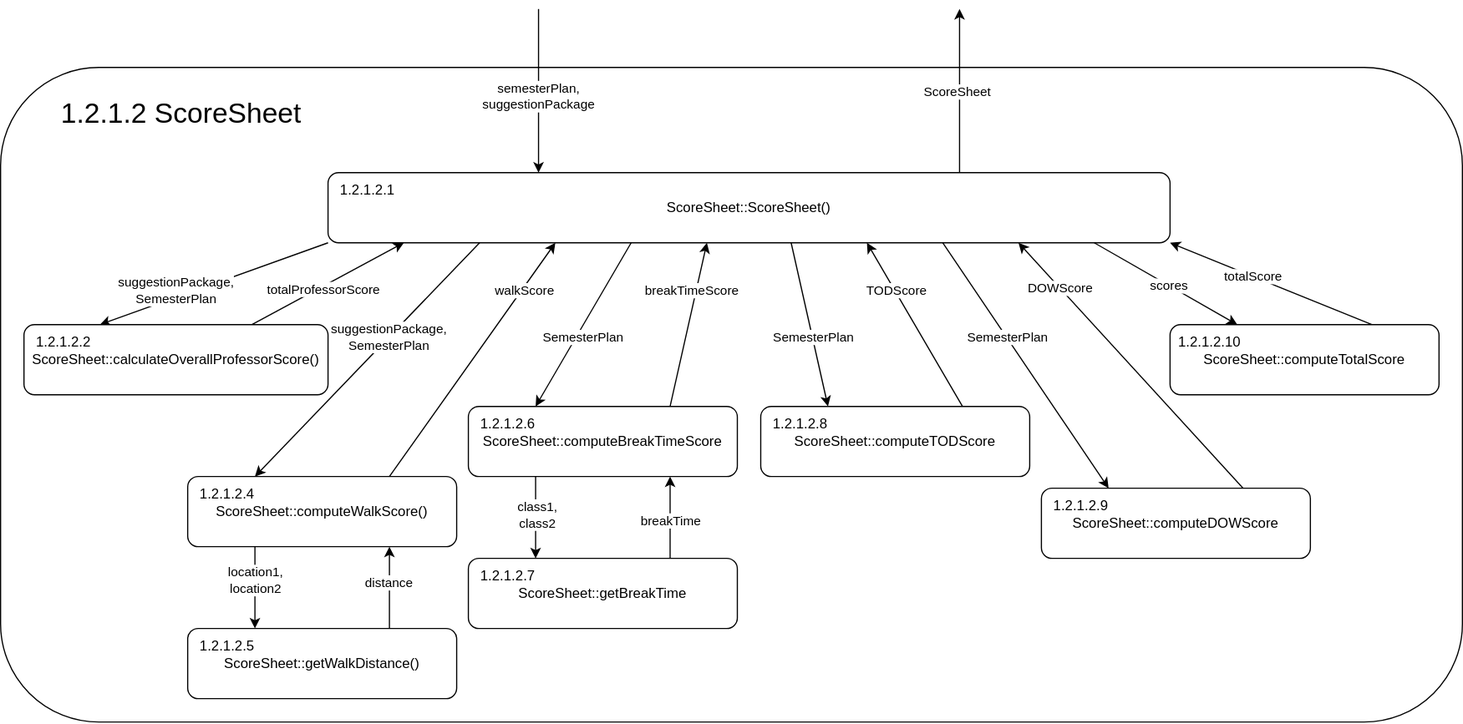
Above: Logic/TeamTwoFiles/ScoreSheetStructureChart.svg in MckennahPalmer/CSE430 (draw.io), before the change. Source tidied: cells renumbered, new cells last; positions are measured from the earlier drawing's top-left corner, leaving out a move shared by most shapes.
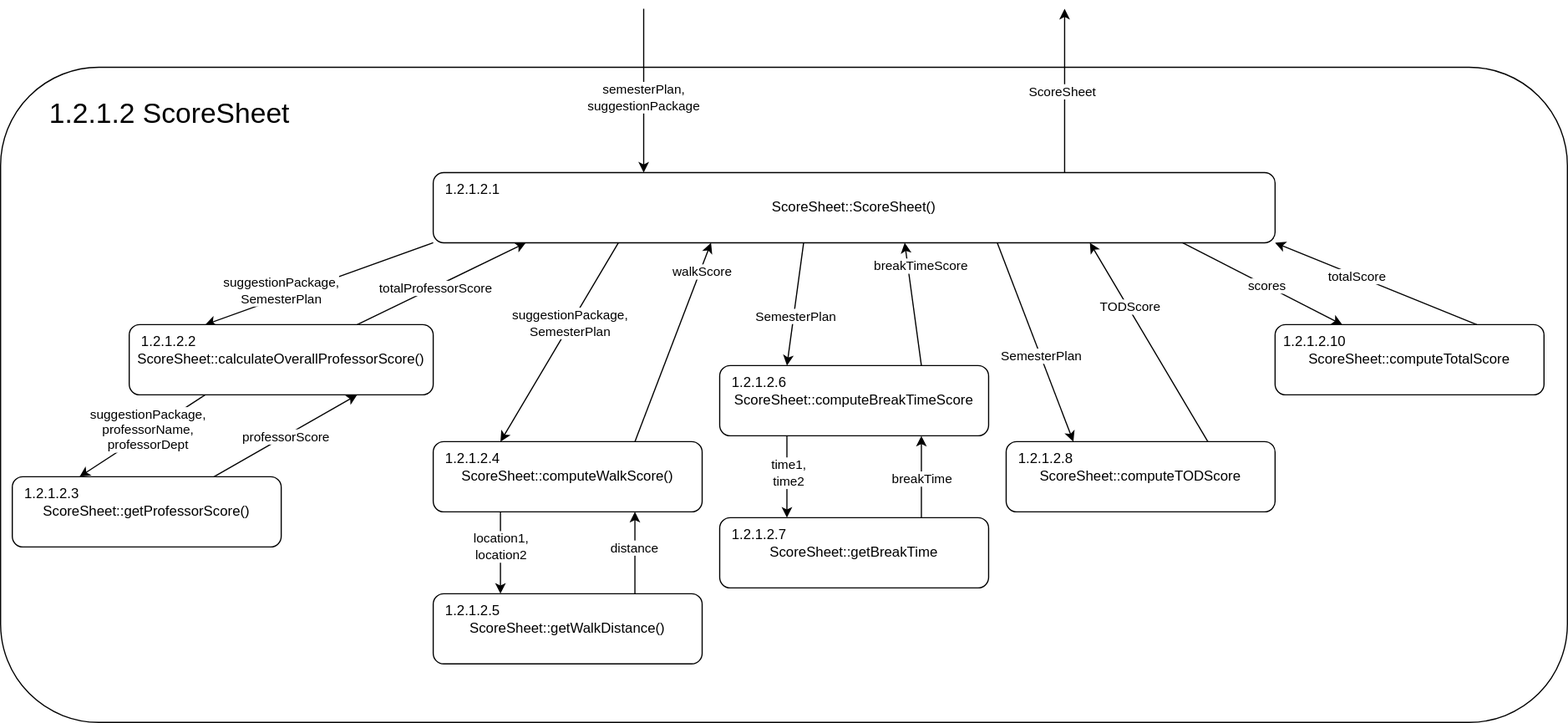
Above is the later version.

Change to the diagram source:
```diff
@@ -2,24 +2,24 @@
   <root>
     <mxCell id="0" />
     <mxCell id="1" parent="0" />
-    <mxCell id="2" style="rounded=1;whiteSpace=wrap;html=1;fillColor=none;" parent="1" vertex="1">
-      <mxGeometry y="50" width="1250" height="560" as="geometry" />
-    </mxCell>
+    <mxCell id="58" style="rounded=1;whiteSpace=wrap;html=1;fillColor=none;" parent="1" vertex="1">
+      <mxGeometry x="-100" y="40" width="1340" height="560" as="geometry" />
+    </mxCell>
-    <mxCell id="3" value="ScoreSheet::ScoreSheet()" style="rounded=1;whiteSpace=wrap;html=1;points=[[0,0,0,0,0],[0,0.25,0,0,0],[0,0.5,0,0,0],[0,0.75,0,0,0],[0,1,0,0,0],[0.09,1,0,0,0],[0.18,1,0,0,0],[0.25,0,0,0,0],[0.27,1,0,0,0],[0.36,1,0,0,0],[0.45,1,0,0,0],[0.5,0,0,0,0],[0.55,1,0,0,0],[0.64,1,0,0,0],[0.73,1,0,0,0],[0.75,0,0,0,0],[0.82,1,0,0,0],[0.91,1,0,0,0],[1,0,0,0,0],[1,0.25,0,0,0],[1,0.5,0,0,0],[1,0.75,0,0,0],[1,1,0,0,0]];" parent="1" vertex="1">
-      <mxGeometry x="280" y="140" width="720" height="60" as="geometry" />
+    <mxCell id="3" value="ScoreSheet::ScoreSheet()" style="rounded=1;whiteSpace=wrap;html=1;points=[[0,0,0,0,0],[0,0.25,0,0,0],[0,0.5,0,0,0],[0,0.75,0,0,0],[0,1,0,0,0],[0.11,1,0,0,0],[0.22,1,0,0,0],[0.25,0,0,0,0],[0.33,1,0,0,0],[0.44,1,0,0,0],[0.5,0,0,0,0],[0.56,1,0,0,0],[0.67,1,0,0,0],[0.75,0,0,0,0],[0.78,1,0,0,0],[0.89,1,0,0,0],[1,0,0,0,0],[1,0.25,0,0,0],[1,0.5,0,0,0],[1,0.75,0,0,0],[1,1,0,0,0]];" parent="1" vertex="1">
+      <mxGeometry x="270" y="130" width="720" height="60" as="geometry" />
     </mxCell>
     <mxCell id="4" value="1.2.1.2.1" style="text;html=1;align=center;verticalAlign=middle;whiteSpace=wrap;rounded=0;" parent="1" vertex="1">
-      <mxGeometry x="280" y="140" width="67.5" height="30" as="geometry" />
+      <mxGeometry x="270" y="130" width="67.5" height="30" as="geometry" />
     </mxCell>
-    <mxCell id="5" style="endArrow=classic;html=1;rounded=0;exitX=0.75;exitY=0;exitDx=0;exitDy=0;entryX=0.27;entryY=1;entryDx=0;entryDy=0;entryPerimeter=0;" parent="1" edge="1" source="34" target="3">
+    <mxCell id="5" style="endArrow=classic;html=1;rounded=0;exitX=0.75;exitY=0;exitDx=0;exitDy=0;entryX=0.33;entryY=1;entryDx=0;entryDy=0;entryPerimeter=0;" parent="1" edge="1" source="34" target="3">
       <mxGeometry relative="1" as="geometry" />
     </mxCell>
     <mxCell id="6" value="walkScore" style="edgeLabel;html=1;align=center;verticalAlign=middle;" parent="5" vertex="1">
       <mxGeometry x="-0.03" relative="1" as="geometry">
-        <mxPoint x="46" y="-63" as="offset" />
+        <mxPoint x="26" y="-63" as="offset" />
       </mxGeometry>
     </mxCell>
-    <mxCell id="7" style="endArrow=classic;html=1;rounded=0;exitX=0.75;exitY=0;exitDx=0;exitDy=0;entryX=0.45;entryY=1;entryDx=0;entryDy=0;entryPerimeter=0;" parent="1" edge="1" source="36" target="3">
+    <mxCell id="7" style="endArrow=classic;html=1;rounded=0;exitX=0.75;exitY=0;exitDx=0;exitDy=0;entryX=0.56;entryY=1;entryDx=0;entryDy=0;entryPerimeter=0;" parent="1" edge="1" source="36" target="3">
       <mxGeometry relative="1" as="geometry" />
     </mxCell>
     <mxCell id="8" value="breakTimeScore" style="edgeLabel;html=1;align=center;verticalAlign=middle;" parent="7" vertex="1">
@@ -27,7 +27,7 @@
         <mxPoint x="6" y="-43" as="offset" />
       </mxGeometry>
     </mxCell>
-    <mxCell id="9" style="endArrow=classic;html=1;rounded=0;exitX=0.75;exitY=0;exitDx=0;exitDy=0;entryX=0.64;entryY=1;entryDx=0;entryDy=0;entryPerimeter=0;" parent="1" edge="1" source="38" target="3">
+    <mxCell id="9" style="endArrow=classic;html=1;rounded=0;exitX=0.75;exitY=0;exitDx=0;exitDy=0;entryX=0.78;entryY=1;entryDx=0;entryDy=0;entryPerimeter=0;" parent="1" edge="1" source="38" target="3">
       <mxGeometry relative="1" as="geometry" />
     </mxCell>
     <mxCell id="10" value="TODScore" style="edgeLabel;html=1;align=center;verticalAlign=middle;" parent="9" vertex="1">
@@ -35,19 +35,13 @@
         <mxPoint x="-14" y="-26" as="offset" />
       </mxGeometry>
     </mxCell>
-    <mxCell id="11" style="endArrow=classic;html=1;rounded=0;exitX=0.75;exitY=0;exitDx=0;exitDy=0;entryX=0.82;entryY=1;entryDx=0;entryDy=0;entryPerimeter=0;" parent="1" edge="1" source="39" target="3">
-      <mxGeometry relative="1" as="geometry" />
-    </mxCell>
-    <mxCell id="12" value="DOWScore" style="edgeLabel;html=1;align=center;verticalAlign=middle;" parent="11" vertex="1">
-      <mxGeometry x="0.63" relative="1" as="geometry" />
-    </mxCell>
     <mxCell id="13" style="endArrow=classic;html=1;rounded=0;exitX=0.75;exitY=0;exitDx=0;exitDy=0;entryX=1;entryY=1;entryDx=0;entryDy=0;entryPerimeter=0;" parent="1" edge="1" source="40" target="3">
       <mxGeometry relative="1" as="geometry" />
     </mxCell>
     <mxCell id="14" value="totalScore" style="edgeLabel;html=1;align=center;verticalAlign=middle;" parent="13" vertex="1">
       <mxGeometry x="0.19" relative="1" as="geometry" />
     </mxCell>
-    <mxCell id="15" style="endArrow=classic;html=1;rounded=0;exitX=0.75;exitY=0;exitDx=0;exitDy=0;entryX=0.09;entryY=1;entryDx=0;entryDy=0;entryPerimeter=0;" parent="1" edge="1" source="33" target="3">
+    <mxCell id="15" style="endArrow=classic;html=1;rounded=0;exitX=0.75;exitY=0;exitDx=0;exitDy=0;entryX=0.11;entryY=1;entryDx=0;entryDy=0;entryPerimeter=0;" parent="1" edge="1" source="33" target="3">
       <mxGeometry relative="1" as="geometry" />
     </mxCell>
     <mxCell id="16" value="totalProfessorScore" style="edgeLabel;html=1;align=center;verticalAlign=middle;" parent="15" vertex="1">
@@ -58,38 +52,32 @@
     <mxCell id="17" style="endArrow=classic;html=1;rounded=0;entryX=0.25;entryY=0;entryDx=0;entryDy=0;exitX=0;exitY=1;exitDx=0;exitDy=0;exitPerimeter=0;" parent="1" edge="1" source="3" target="33">
       <mxGeometry relative="1" as="geometry" />
     </mxCell>
-    <mxCell id="18" value="suggestionPackage,&lt;br&gt;SemesterPlan" style="edgeLabel;html=1;align=center;verticalAlign=middle;" parent="17" vertex="1">
-      <mxGeometry x="-0.05" y="-3" relative="1" as="geometry">
-        <mxPoint x="-37" y="10" as="offset" />
-      </mxGeometry>
-    </mxCell>
+    <mxCell id="59" value="suggestionPackage,&lt;br&gt;SemesterPlan" style="edgeLabel;html=1;align=center;verticalAlign=middle;" parent="17" vertex="1">
+      <mxGeometry x="-0.05" y="-3" relative="1" as="geometry">
+        <mxPoint x="-37" y="10" as="offset" />
+      </mxGeometry>
+    </mxCell>
-    <mxCell id="19" style="endArrow=classic;html=1;rounded=0;entryX=0.25;entryY=0;entryDx=0;entryDy=0;exitX=0.18;exitY=1;exitDx=0;exitDy=0;exitPerimeter=0;" parent="1" edge="1" source="3" target="34">
+    <mxCell id="19" style="endArrow=classic;html=1;rounded=0;entryX=0.25;entryY=0;entryDx=0;entryDy=0;exitX=0.22;exitY=1;exitDx=0;exitDy=0;exitPerimeter=0;" parent="1" edge="1" source="3" target="34">
       <mxGeometry relative="1" as="geometry" />
     </mxCell>
-    <mxCell id="20" value="suggestionPackage,&lt;br&gt;SemesterPlan" style="edgeLabel;html=1;align=center;verticalAlign=middle;" parent="19" vertex="1">
-      <mxGeometry x="-0.19" y="-1" relative="1" as="geometry" />
-    </mxCell>
+    <mxCell id="60" value="suggestionPackage,&lt;br&gt;SemesterPlan" style="edgeLabel;html=1;align=center;verticalAlign=middle;" parent="19" vertex="1">
+      <mxGeometry x="-0.19" y="-1" relative="1" as="geometry" />
+    </mxCell>
-    <mxCell id="21" style="endArrow=classic;html=1;rounded=0;entryX=0.25;entryY=0;entryDx=0;entryDy=0;exitX=0.36;exitY=1;exitDx=0;exitDy=0;exitPerimeter=0;" parent="1" edge="1" source="3" target="36">
+    <mxCell id="21" style="endArrow=classic;html=1;rounded=0;entryX=0.25;entryY=0;entryDx=0;entryDy=0;exitX=0.44;exitY=1;exitDx=0;exitDy=0;exitPerimeter=0;" parent="1" edge="1" source="3" target="36">
       <mxGeometry relative="1" as="geometry" />
     </mxCell>
-    <mxCell id="22" value="SemesterPlan" style="edgeLabel;html=1;align=center;verticalAlign=middle;" parent="21" vertex="1">
-      <mxGeometry x="0.03" relative="1" as="geometry">
-        <mxPoint y="8" as="offset" />
-      </mxGeometry>
-    </mxCell>
+    <mxCell id="61" value="SemesterPlan" style="edgeLabel;html=1;align=center;verticalAlign=middle;" parent="21" vertex="1">
+      <mxGeometry x="0.03" relative="1" as="geometry">
+        <mxPoint y="8" as="offset" />
+      </mxGeometry>
+    </mxCell>
-    <mxCell id="23" style="endArrow=classic;html=1;rounded=0;exitX=0.55;exitY=1;exitDx=0;exitDy=0;entryX=0.25;entryY=0;entryDx=0;entryDy=0;exitPerimeter=0;" parent="1" edge="1" source="3" target="38">
+    <mxCell id="23" style="endArrow=classic;html=1;rounded=0;exitX=0.67;exitY=1;exitDx=0;exitDy=0;entryX=0.25;entryY=0;entryDx=0;entryDy=0;exitPerimeter=0;" parent="1" edge="1" source="3" target="38">
       <mxGeometry relative="1" as="geometry" />
     </mxCell>
-    <mxCell id="24" value="SemesterPlan" style="edgeLabel;html=1;align=center;verticalAlign=middle;" parent="23" vertex="1">
-      <mxGeometry x="0.14" relative="1" as="geometry" />
-    </mxCell>
-    <mxCell id="25" style="endArrow=classic;html=1;rounded=0;entryX=0.25;entryY=0;entryDx=0;entryDy=0;exitX=0.73;exitY=1;exitDx=0;exitDy=0;exitPerimeter=0;" parent="1" edge="1" source="3" target="39">
-      <mxGeometry relative="1" as="geometry" />
-    </mxCell>
-    <mxCell id="26" value="SemesterPlan" style="edgeLabel;html=1;align=center;verticalAlign=middle;" parent="25" vertex="1">
-      <mxGeometry x="-0.23" relative="1" as="geometry" />
-    </mxCell>
+    <mxCell id="62" value="SemesterPlan" style="edgeLabel;html=1;align=center;verticalAlign=middle;" parent="23" vertex="1">
+      <mxGeometry x="0.14" relative="1" as="geometry" />
+    </mxCell>
-    <mxCell id="27" style="endArrow=classic;html=1;rounded=0;exitX=0.91;exitY=1;exitDx=0;exitDy=0;entryX=0.25;entryY=0;entryDx=0;entryDy=0;exitPerimeter=0;" parent="1" edge="1" source="3" target="40">
+    <mxCell id="27" style="endArrow=classic;html=1;rounded=0;exitX=0.89;exitY=1;exitDx=0;exitDy=0;entryX=0.25;entryY=0;entryDx=0;entryDy=0;exitPerimeter=0;" parent="1" edge="1" source="3" target="40">
       <mxGeometry relative="1" as="geometry" />
     </mxCell>
     <mxCell id="28" value="scores" style="edgeLabel;html=1;align=center;verticalAlign=middle;" parent="27" vertex="1">
@@ -97,47 +85,44 @@
         <mxPoint y="-1" as="offset" />
       </mxGeometry>
     </mxCell>
-    <mxCell id="29" style="endArrow=classic;html=1;rounded=0;entryX=0.25;entryY=0;entryDx=0;entryDy=0;entryPerimeter=0;" parent="1" edge="1" target="3">
-      <mxGeometry relative="1" as="geometry">
-        <mxPoint x="460" as="sourcePoint" />
-      </mxGeometry>
-    </mxCell>
+    <mxCell id="63" style="endArrow=classic;html=1;rounded=0;entryX=0.25;entryY=0;entryDx=0;entryDy=0;entryPerimeter=0;" parent="1" edge="1" target="3">
+      <mxGeometry relative="1" as="geometry">
+        <mxPoint x="450" y="-10" as="sourcePoint" />
+      </mxGeometry>
+    </mxCell>
-    <mxCell id="30" value="semesterPlan,&lt;br&gt;suggestionPackage" style="edgeLabel;html=1;align=center;verticalAlign=middle;" parent="29" vertex="1">
+    <mxCell id="30" value="semesterPlan,&lt;br&gt;suggestionPackage" style="edgeLabel;html=1;align=center;verticalAlign=middle;" parent="63" vertex="1">
       <mxGeometry x="-0.16" y="-1" relative="1" as="geometry">
         <mxPoint y="16" as="offset" />
       </mxGeometry>
     </mxCell>
-    <mxCell id="31" style="endArrow=classic;html=1;rounded=0;exitX=0.75;exitY=0;exitDx=0;exitDy=0;exitPerimeter=0;" parent="1" edge="1" source="3">
-      <mxGeometry relative="1" as="geometry">
-        <mxPoint x="820" as="targetPoint" />
-      </mxGeometry>
-    </mxCell>
+    <mxCell id="64" style="endArrow=classic;html=1;rounded=0;exitX=0.75;exitY=0;exitDx=0;exitDy=0;exitPerimeter=0;" parent="1" edge="1" source="3">
+      <mxGeometry relative="1" as="geometry">
+        <mxPoint x="810" y="-10" as="targetPoint" />
+      </mxGeometry>
+    </mxCell>
-    <mxCell id="32" value="ScoreSheet" style="edgeLabel;html=1;align=center;verticalAlign=middle;" parent="31" vertex="1">
+    <mxCell id="32" value="ScoreSheet" style="edgeLabel;html=1;align=center;verticalAlign=middle;" parent="64" vertex="1">
       <mxGeometry x="0.01" y="3" relative="1" as="geometry" />
     </mxCell>
     <mxCell id="33" value="ScoreSheet::calculateOverallProfessorScore()" style="rounded=1;whiteSpace=wrap;html=1;" parent="1" vertex="1">
-      <mxGeometry x="20" y="270" width="260" height="60" as="geometry" />
+      <mxGeometry x="10" y="260" width="260" height="60" as="geometry" />
     </mxCell>
     <mxCell id="34" value="ScoreSheet::computeWalkScore()" style="rounded=1;whiteSpace=wrap;html=1;" parent="1" vertex="1">
-      <mxGeometry x="160" y="400" width="230" height="60" as="geometry" />
+      <mxGeometry x="270" y="360" width="230" height="60" as="geometry" />
     </mxCell>
     <mxCell id="35" value="ScoreSheet::getWalkDistance()" style="rounded=1;whiteSpace=wrap;html=1;" parent="1" vertex="1">
-      <mxGeometry x="160" y="530" width="230" height="60" as="geometry" />
+      <mxGeometry x="270" y="490" width="230" height="60" as="geometry" />
     </mxCell>
     <mxCell id="36" value="ScoreSheet::computeBreakTimeScore" style="rounded=1;whiteSpace=wrap;html=1;" parent="1" vertex="1">
-      <mxGeometry x="400" y="340" width="230" height="60" as="geometry" />
+      <mxGeometry x="515" y="295" width="230" height="60" as="geometry" />
     </mxCell>
     <mxCell id="37" value="ScoreSheet::getBreakTime" style="rounded=1;whiteSpace=wrap;html=1;" parent="1" vertex="1">
-      <mxGeometry x="400" y="470" width="230" height="60" as="geometry" />
+      <mxGeometry x="515" y="425" width="230" height="60" as="geometry" />
     </mxCell>
     <mxCell id="38" value="ScoreSheet::computeTODScore" style="rounded=1;whiteSpace=wrap;html=1;" parent="1" vertex="1">
-      <mxGeometry x="650" y="340" width="230" height="60" as="geometry" />
+      <mxGeometry x="760" y="360" width="230" height="60" as="geometry" />
     </mxCell>
-    <mxCell id="39" value="ScoreSheet::computeDOWScore" style="rounded=1;whiteSpace=wrap;html=1;" parent="1" vertex="1">
-      <mxGeometry x="890" y="410" width="230" height="60" as="geometry" />
-    </mxCell>
     <mxCell id="40" value="ScoreSheet::computeTotalScore" style="rounded=1;whiteSpace=wrap;html=1;" parent="1" vertex="1">
-      <mxGeometry x="1000" y="270" width="230" height="60" as="geometry" />
+      <mxGeometry x="990" y="260" width="230" height="60" as="geometry" />
     </mxCell>
     <mxCell id="41" style="endArrow=classic;html=1;rounded=0;exitX=0.25;exitY=1;exitDx=0;exitDy=0;entryX=0.25;entryY=0;entryDx=0;entryDy=0;" parent="1" edge="1" source="34" target="35">
       <mxGeometry relative="1" as="geometry" />
@@ -160,35 +145,50 @@
     <mxCell id="47" style="endArrow=classic;html=1;rounded=0;exitX=0.25;exitY=1;exitDx=0;exitDy=0;entryX=0.25;entryY=0;entryDx=0;entryDy=0;" parent="1" edge="1" source="36" target="37">
       <mxGeometry relative="1" as="geometry" />
     </mxCell>
-    <mxCell id="48" value="class1,&lt;div&gt;class2&lt;/div&gt;" style="edgeLabel;html=1;align=center;verticalAlign=middle;" parent="47" vertex="1">
-      <mxGeometry x="-0.11" y="1" relative="1" as="geometry" />
-    </mxCell>
+    <mxCell id="65" value="time1,&lt;br&gt;time2" style="edgeLabel;html=1;align=center;verticalAlign=middle;" parent="47" vertex="1">
+      <mxGeometry x="-0.11" y="1" relative="1" as="geometry" />
+    </mxCell>
     <mxCell id="49" value="1.2.1.2 ScoreSheet" style="text;html=1;align=left;verticalAlign=middle;whiteSpace=wrap;rounded=0;fontSize=24;" parent="1" vertex="1">
-      <mxGeometry x="50" y="70" width="240" height="40" as="geometry" />
+      <mxGeometry x="-60" y="60" width="240" height="40" as="geometry" />
     </mxCell>
+    <mxCell id="66" value="ScoreSheet::getProfessorScore()" style="rounded=1;whiteSpace=wrap;html=1;" parent="1" vertex="1">
+      <mxGeometry x="-90" y="390" width="230" height="60" as="geometry" />
+    </mxCell>
+    <mxCell id="67" style="endArrow=classic;html=1;rounded=0;entryX=0.25;entryY=0;entryDx=0;entryDy=0;exitX=0.25;exitY=1;exitDx=0;exitDy=0;" parent="1" edge="1" source="33" target="66">
+      <mxGeometry relative="1" as="geometry" />
+    </mxCell>
+    <mxCell id="68" value="suggestionPackage,&lt;br&gt;professorName,&lt;br&gt;professorDept" style="edgeLabel;html=1;align=center;verticalAlign=middle;" parent="67" vertex="1">
+      <mxGeometry x="-0.1" y="-2" relative="1" as="geometry" />
+    </mxCell>
+    <mxCell id="69" style="endArrow=classic;html=1;rounded=0;exitX=0.75;exitY=0;exitDx=0;exitDy=0;entryX=0.75;entryY=1;entryDx=0;entryDy=0;" parent="1" edge="1" source="66" target="33">
+      <mxGeometry relative="1" as="geometry" />
+    </mxCell>
+    <mxCell id="70" value="professorScore" style="edgeLabel;html=1;align=center;verticalAlign=middle;" parent="69" vertex="1">
+      <mxGeometry x="-0.01" relative="1" as="geometry" />
+    </mxCell>
     <mxCell id="50" value="1.2.1.2.2" style="text;html=1;align=center;verticalAlign=middle;whiteSpace=wrap;rounded=0;" parent="1" vertex="1">
-      <mxGeometry x="20" y="270" width="67.5" height="30" as="geometry" />
+      <mxGeometry x="10" y="260" width="67.5" height="30" as="geometry" />
     </mxCell>
+    <mxCell id="71" value="1.2.1.2.3" style="text;html=1;align=center;verticalAlign=middle;whiteSpace=wrap;rounded=0;" parent="1" vertex="1">
+      <mxGeometry x="-90" y="390" width="67.5" height="30" as="geometry" />
+    </mxCell>
     <mxCell id="51" value="1.2.1.2.4" style="text;html=1;align=center;verticalAlign=middle;whiteSpace=wrap;rounded=0;" parent="1" vertex="1">
-      <mxGeometry x="160" y="400" width="67.5" height="30" as="geometry" />
+      <mxGeometry x="270" y="360" width="67.5" height="30" as="geometry" />
     </mxCell>
     <mxCell id="52" value="1.2.1.2.5" style="text;html=1;align=center;verticalAlign=middle;whiteSpace=wrap;rounded=0;" parent="1" vertex="1">
-      <mxGeometry x="160" y="530" width="67.5" height="30" as="geometry" />
+      <mxGeometry x="270" y="490" width="67.5" height="30" as="geometry" />
     </mxCell>
     <mxCell id="53" value="1.2.1.2.6" style="text;html=1;align=center;verticalAlign=middle;whiteSpace=wrap;rounded=0;" parent="1" vertex="1">
-      <mxGeometry x="400" y="340" width="67.5" height="30" as="geometry" />
+      <mxGeometry x="515" y="295" width="67.5" height="30" as="geometry" />
     </mxCell>
     <mxCell id="54" value="1.2.1.2.7" style="text;html=1;align=center;verticalAlign=middle;whiteSpace=wrap;rounded=0;" parent="1" vertex="1">
-      <mxGeometry x="400" y="470" width="67.5" height="30" as="geometry" />
+      <mxGeometry x="515" y="425" width="67.5" height="30" as="geometry" />
     </mxCell>
     <mxCell id="55" value="1.2.1.2.8" style="text;html=1;align=center;verticalAlign=middle;whiteSpace=wrap;rounded=0;" parent="1" vertex="1">
-      <mxGeometry x="650" y="340" width="67.5" height="30" as="geometry" />
+      <mxGeometry x="760" y="360" width="67.5" height="30" as="geometry" />
     </mxCell>
-    <mxCell id="56" value="1.2.1.2.9" style="text;html=1;align=center;verticalAlign=middle;whiteSpace=wrap;rounded=0;" parent="1" vertex="1">
-      <mxGeometry x="890" y="410" width="67.5" height="30" as="geometry" />
-    </mxCell>
     <mxCell id="57" value="1.2.1.2.10" style="text;html=1;align=center;verticalAlign=middle;whiteSpace=wrap;rounded=0;" parent="1" vertex="1">
-      <mxGeometry x="1000" y="270" width="67.5" height="30" as="geometry" />
+      <mxGeometry x="990" y="260" width="67.5" height="30" as="geometry" />
     </mxCell>
   </root>
 </mxGraphModel>
```
